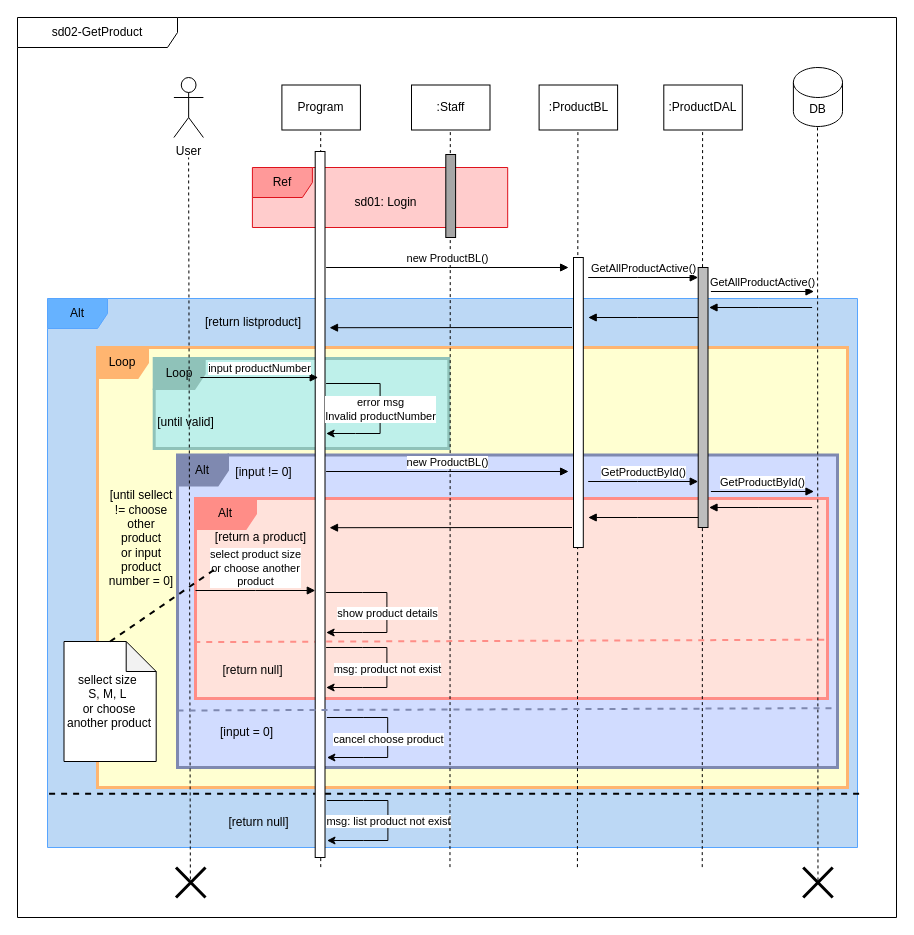
Earlier version of the draw.io diagram page "GetProduct" (2 of 13) of Diagram/Sequence_Diagram/Sequence Diagram.drawio (NDuc-Dev/Project-1). Source tidied: cells renumbered, new cells numbered last; positions are measured from the earlier drawing's top-left corner, leaving out a move shared by most shapes. Both pictures are drawn from the tidied source at 100%, with x=0, y=0 at pixel (17, 17).
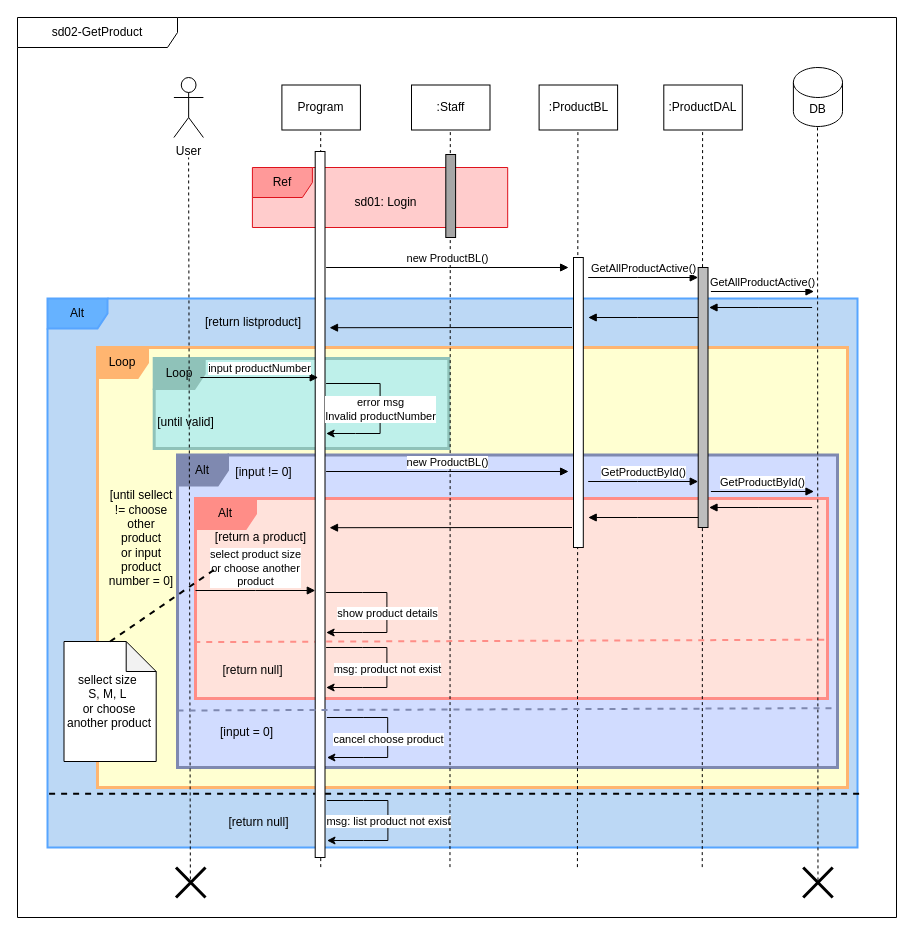
After the change.

Diff of the diagram source:
```diff
@@
-    <mxCell id="3" value="Alt" style="shape=umlFrame;whiteSpace=wrap;html=1;width=60;height=30;swimlaneFillColor=#BCD8F5;fillColor=#66B2FF;strokeColor=#57A5FF;" parent="1" vertex="1">
+    <mxCell id="3" value="Alt" style="shape=umlFrame;whiteSpace=wrap;html=1;width=60;height=30;swimlaneFillColor=#BCD8F5;fillColor=#66B2FF;strokeColor=#57A5FF;strokeWidth=2;" parent="1" vertex="1">
       <mxGeometry x="30" y="281" width="810" height="549" as="geometry" />
     </mxCell>
```
